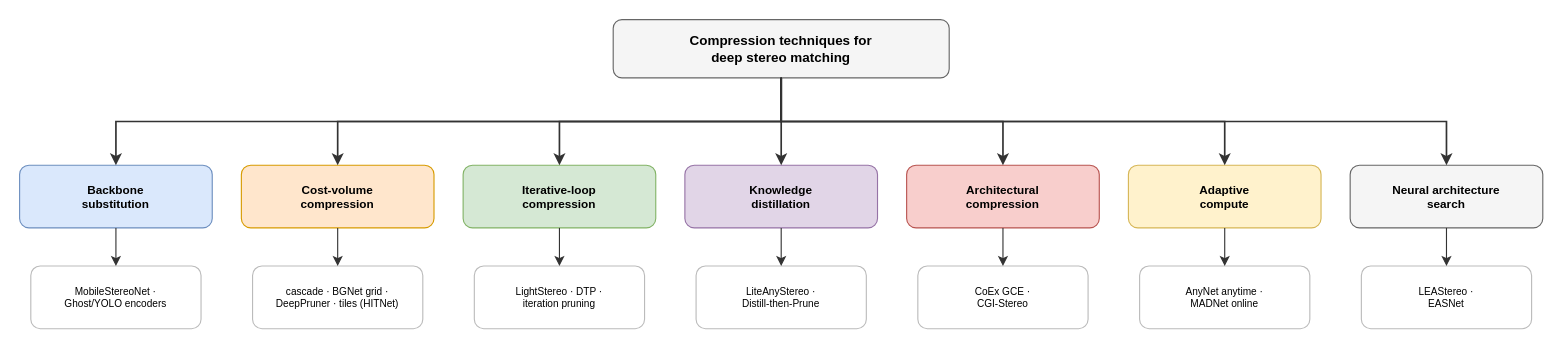
This is thesis/book/figures/fig_2_5_taxonomy.drawio from abrar-nazib/StereoLite, a draw.io file, before an edit. Source tidied: cells renumbered, new cells numbered last; positions are measured from the earlier drawing's top-left corner, leaving out a move shared by most shapes. Both pictures are drawn from the tidied source at 112%, with x=0, y=0 at pixel (19, 19).
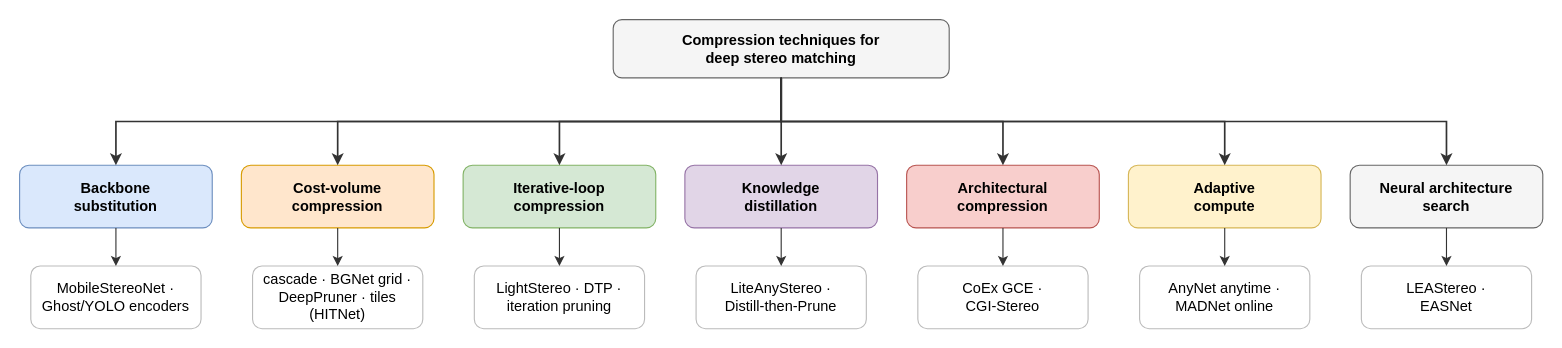
The same diagram, later.

Change to the diagram source:
```diff
@@
-    <mxCell id="2" value="&lt;b&gt;Compression techniques for&lt;/b&gt;&lt;br&gt;&lt;b&gt;deep stereo matching&lt;/b&gt;" style="rounded=1;whiteSpace=wrap;html=1;fillColor=#f5f5f5;strokeColor=#666666;fontSize=12;align=center;" parent="1" vertex="1">
+    <mxCell id="2" value="&lt;b&gt;Compression techniques for&lt;/b&gt;&lt;br&gt;&lt;b&gt;deep stereo matching&lt;/b&gt;" style="rounded=1;whiteSpace=wrap;html=1;fillColor=#f5f5f5;strokeColor=#666666;fontSize=13;align=center;verticalAlign=middle;" parent="1" vertex="1">
       <mxGeometry x="530" width="300" height="52" as="geometry" />
     </mxCell>
-    <mxCell id="3" value="&lt;b&gt;Backbone&lt;br&gt;substitution&lt;/b&gt;" style="rounded=1;whiteSpace=wrap;html=1;fillColor=#dae8fc;strokeColor=#6c8ebf;fontSize=10.5;align=center;" parent="1" vertex="1">
+    <mxCell id="3" value="&lt;b&gt;Backbone&lt;br&gt;substitution&lt;/b&gt;" style="rounded=1;whiteSpace=wrap;html=1;fillColor=#dae8fc;strokeColor=#6c8ebf;fontSize=13;align=center;verticalAlign=middle;" parent="1" vertex="1">
       <mxGeometry y="130" width="172" height="56" as="geometry" />
     </mxCell>
-    <mxCell id="4" value="&lt;font style='font-size:9px'&gt;MobileStereoNet ·&lt;br&gt;Ghost/YOLO encoders&lt;/font&gt;" style="rounded=1;whiteSpace=wrap;html=1;fillColor=#ffffff;strokeColor=#bbbbbb;fontSize=9;align=center;" parent="1" vertex="1">
+    <mxCell id="4" value="&lt;font&gt;MobileStereoNet ·&lt;br&gt;Ghost/YOLO encoders&lt;/font&gt;" style="rounded=1;whiteSpace=wrap;html=1;fillColor=#ffffff;strokeColor=#bbbbbb;fontSize=13;align=center;verticalAlign=middle;" parent="1" vertex="1">
       <mxGeometry x="10" y="220" width="152" height="56" as="geometry" />
     </mxCell>
-    <mxCell id="5" style="edgeStyle=orthogonalEdgeStyle;rounded=0;html=1;jettySize=auto;strokeColor=#333333;strokeWidth=1.5;fontSize=10;exitX=0.5;exitY=1;exitDx=0;exitDy=0;entryX=0.5;entryY=0;entryDx=0;entryDy=0;" parent="1" edge="1" source="2" target="3">
+    <mxCell id="5" style="edgeStyle=orthogonalEdgeStyle;rounded=0;html=1;jettySize=auto;strokeColor=#333333;strokeWidth=1.5;fontSize=13;exitX=0.5;exitY=1;exitDx=0;exitDy=0;entryX=0.5;entryY=0;entryDx=0;entryDy=0;align=center;verticalAlign=middle;" parent="1" edge="1" source="2" target="3">
       <mxGeometry relative="1" as="geometry" />
     </mxCell>
-    <mxCell id="6" style="edgeStyle=orthogonalEdgeStyle;rounded=0;html=1;jettySize=auto;strokeColor=#333333;strokeWidth=1.0;fontSize=10;exitX=0.5;exitY=1;exitDx=0;exitDy=0;entryX=0.5;entryY=0;entryDx=0;entryDy=0;" parent="1" edge="1" source="3" target="4">
+    <mxCell id="6" style="edgeStyle=orthogonalEdgeStyle;rounded=0;html=1;jettySize=auto;strokeColor=#333333;strokeWidth=1.0;fontSize=13;exitX=0.5;exitY=1;exitDx=0;exitDy=0;entryX=0.5;entryY=0;entryDx=0;entryDy=0;align=center;verticalAlign=middle;" parent="1" edge="1" source="3" target="4">
       <mxGeometry relative="1" as="geometry" />
     </mxCell>
-    <mxCell id="7" value="&lt;b&gt;Cost-volume&lt;br&gt;compression&lt;/b&gt;" style="rounded=1;whiteSpace=wrap;html=1;fillColor=#ffe6cc;strokeColor=#d79b00;fontSize=10.5;align=center;" parent="1" vertex="1">
+    <mxCell id="7" value="&lt;b&gt;Cost-volume&lt;br&gt;compression&lt;/b&gt;" style="rounded=1;whiteSpace=wrap;html=1;fillColor=#ffe6cc;strokeColor=#d79b00;fontSize=13;align=center;verticalAlign=middle;" parent="1" vertex="1">
       <mxGeometry x="198" y="130" width="172" height="56" as="geometry" />
     </mxCell>
-    <mxCell id="8" value="&lt;font style='font-size:9px'&gt;cascade · BGNet grid ·&lt;br&gt;DeepPruner · tiles (HITNet)&lt;/font&gt;" style="rounded=1;whiteSpace=wrap;html=1;fillColor=#ffffff;strokeColor=#bbbbbb;fontSize=9;align=center;" parent="1" vertex="1">
+    <mxCell id="8" value="&lt;font&gt;cascade · BGNet grid ·&lt;br&gt;DeepPruner · tiles (HITNet)&lt;/font&gt;" style="rounded=1;whiteSpace=wrap;html=1;fillColor=#ffffff;strokeColor=#bbbbbb;fontSize=13;align=center;verticalAlign=middle;" parent="1" vertex="1">
       <mxGeometry x="208" y="220" width="152" height="56" as="geometry" />
     </mxCell>
-    <mxCell id="9" style="edgeStyle=orthogonalEdgeStyle;rounded=0;html=1;jettySize=auto;strokeColor=#333333;strokeWidth=1.5;fontSize=10;exitX=0.5;exitY=1;exitDx=0;exitDy=0;entryX=0.5;entryY=0;entryDx=0;entryDy=0;" parent="1" edge="1" source="2" target="7">
+    <mxCell id="9" style="edgeStyle=orthogonalEdgeStyle;rounded=0;html=1;jettySize=auto;strokeColor=#333333;strokeWidth=1.5;fontSize=13;exitX=0.5;exitY=1;exitDx=0;exitDy=0;entryX=0.5;entryY=0;entryDx=0;entryDy=0;align=center;verticalAlign=middle;" parent="1" edge="1" source="2" target="7">
       <mxGeometry relative="1" as="geometry" />
     </mxCell>
-    <mxCell id="10" style="edgeStyle=orthogonalEdgeStyle;rounded=0;html=1;jettySize=auto;strokeColor=#333333;strokeWidth=1.0;fontSize=10;exitX=0.5;exitY=1;exitDx=0;exitDy=0;entryX=0.5;entryY=0;entryDx=0;entryDy=0;" parent="1" edge="1" source="7" target="8">
+    <mxCell id="10" style="edgeStyle=orthogonalEdgeStyle;rounded=0;html=1;jettySize=auto;strokeColor=#333333;strokeWidth=1.0;fontSize=13;exitX=0.5;exitY=1;exitDx=0;exitDy=0;entryX=0.5;entryY=0;entryDx=0;entryDy=0;align=center;verticalAlign=middle;" parent="1" edge="1" source="7" target="8">
       <mxGeometry relative="1" as="geometry" />
     </mxCell>
-    <mxCell id="11" value="&lt;b&gt;Iterative-loop&lt;br&gt;compression&lt;/b&gt;" style="rounded=1;whiteSpace=wrap;html=1;fillColor=#d5e8d4;strokeColor=#82b366;fontSize=10.5;align=center;" parent="1" vertex="1">
+    <mxCell id="11" value="&lt;b&gt;Iterative-loop&lt;br&gt;compression&lt;/b&gt;" style="rounded=1;whiteSpace=wrap;html=1;fillColor=#d5e8d4;strokeColor=#82b366;fontSize=13;align=center;verticalAlign=middle;" parent="1" vertex="1">
       <mxGeometry x="396" y="130" width="172" height="56" as="geometry" />
     </mxCell>
-    <mxCell id="12" value="&lt;font style='font-size:9px'&gt;LightStereo · DTP ·&lt;br&gt;iteration pruning&lt;/font&gt;" style="rounded=1;whiteSpace=wrap;html=1;fillColor=#ffffff;strokeColor=#bbbbbb;fontSize=9;align=center;" parent="1" vertex="1">
+    <mxCell id="12" value="&lt;font&gt;LightStereo · DTP ·&lt;br&gt;iteration pruning&lt;/font&gt;" style="rounded=1;whiteSpace=wrap;html=1;fillColor=#ffffff;strokeColor=#bbbbbb;fontSize=13;align=center;verticalAlign=middle;" parent="1" vertex="1">
       <mxGeometry x="406" y="220" width="152" height="56" as="geometry" />
     </mxCell>
-    <mxCell id="13" style="edgeStyle=orthogonalEdgeStyle;rounded=0;html=1;jettySize=auto;strokeColor=#333333;strokeWidth=1.5;fontSize=10;exitX=0.5;exitY=1;exitDx=0;exitDy=0;entryX=0.5;entryY=0;entryDx=0;entryDy=0;" parent="1" edge="1" source="2" target="11">
+    <mxCell id="13" style="edgeStyle=orthogonalEdgeStyle;rounded=0;html=1;jettySize=auto;strokeColor=#333333;strokeWidth=1.5;fontSize=13;exitX=0.5;exitY=1;exitDx=0;exitDy=0;entryX=0.5;entryY=0;entryDx=0;entryDy=0;align=center;verticalAlign=middle;" parent="1" edge="1" source="2" target="11">
       <mxGeometry relative="1" as="geometry" />
     </mxCell>
-    <mxCell id="14" style="edgeStyle=orthogonalEdgeStyle;rounded=0;html=1;jettySize=auto;strokeColor=#333333;strokeWidth=1.0;fontSize=10;exitX=0.5;exitY=1;exitDx=0;exitDy=0;entryX=0.5;entryY=0;entryDx=0;entryDy=0;" parent="1" edge="1" source="11" target="12">
+    <mxCell id="14" style="edgeStyle=orthogonalEdgeStyle;rounded=0;html=1;jettySize=auto;strokeColor=#333333;strokeWidth=1.0;fontSize=13;exitX=0.5;exitY=1;exitDx=0;exitDy=0;entryX=0.5;entryY=0;entryDx=0;entryDy=0;align=center;verticalAlign=middle;" parent="1" edge="1" source="11" target="12">
       <mxGeometry relative="1" as="geometry" />
     </mxCell>
-    <mxCell id="15" value="&lt;b&gt;Knowledge&lt;br&gt;distillation&lt;/b&gt;" style="rounded=1;whiteSpace=wrap;html=1;fillColor=#e1d5e7;strokeColor=#9673a6;fontSize=10.5;align=center;" parent="1" vertex="1">
+    <mxCell id="15" value="&lt;b&gt;Knowledge&lt;br&gt;distillation&lt;/b&gt;" style="rounded=1;whiteSpace=wrap;html=1;fillColor=#e1d5e7;strokeColor=#9673a6;fontSize=13;align=center;verticalAlign=middle;" parent="1" vertex="1">
       <mxGeometry x="594" y="130" width="172" height="56" as="geometry" />
     </mxCell>
-    <mxCell id="16" value="&lt;font style='font-size:9px'&gt;LiteAnyStereo ·&lt;br&gt;Distill-then-Prune&lt;/font&gt;" style="rounded=1;whiteSpace=wrap;html=1;fillColor=#ffffff;strokeColor=#bbbbbb;fontSize=9;align=center;" parent="1" vertex="1">
+    <mxCell id="16" value="&lt;font&gt;LiteAnyStereo ·&lt;br&gt;Distill-then-Prune&lt;/font&gt;" style="rounded=1;whiteSpace=wrap;html=1;fillColor=#ffffff;strokeColor=#bbbbbb;fontSize=13;align=center;verticalAlign=middle;" parent="1" vertex="1">
       <mxGeometry x="604" y="220" width="152" height="56" as="geometry" />
     </mxCell>
-    <mxCell id="17" style="edgeStyle=orthogonalEdgeStyle;rounded=0;html=1;jettySize=auto;strokeColor=#333333;strokeWidth=1.5;fontSize=10;exitX=0.5;exitY=1;exitDx=0;exitDy=0;entryX=0.5;entryY=0;entryDx=0;entryDy=0;" parent="1" edge="1" source="2" target="15">
+    <mxCell id="17" style="edgeStyle=orthogonalEdgeStyle;rounded=0;html=1;jettySize=auto;strokeColor=#333333;strokeWidth=1.5;fontSize=13;exitX=0.5;exitY=1;exitDx=0;exitDy=0;entryX=0.5;entryY=0;entryDx=0;entryDy=0;align=center;verticalAlign=middle;" parent="1" edge="1" source="2" target="15">
       <mxGeometry relative="1" as="geometry" />
     </mxCell>
-    <mxCell id="18" style="edgeStyle=orthogonalEdgeStyle;rounded=0;html=1;jettySize=auto;strokeColor=#333333;strokeWidth=1.0;fontSize=10;exitX=0.5;exitY=1;exitDx=0;exitDy=0;entryX=0.5;entryY=0;entryDx=0;entryDy=0;" parent="1" edge="1" source="15" target="16">
+    <mxCell id="18" style="edgeStyle=orthogonalEdgeStyle;rounded=0;html=1;jettySize=auto;strokeColor=#333333;strokeWidth=1.0;fontSize=13;exitX=0.5;exitY=1;exitDx=0;exitDy=0;entryX=0.5;entryY=0;entryDx=0;entryDy=0;align=center;verticalAlign=middle;" parent="1" edge="1" source="15" target="16">
       <mxGeometry relative="1" as="geometry" />
     </mxCell>
-    <mxCell id="19" value="&lt;b&gt;Architectural&lt;br&gt;compression&lt;/b&gt;" style="rounded=1;whiteSpace=wrap;html=1;fillColor=#f8cecc;strokeColor=#b85450;fontSize=10.5;align=center;" parent="1" vertex="1">
+    <mxCell id="19" value="&lt;b&gt;Architectural&lt;br&gt;compression&lt;/b&gt;" style="rounded=1;whiteSpace=wrap;html=1;fillColor=#f8cecc;strokeColor=#b85450;fontSize=13;align=center;verticalAlign=middle;" parent="1" vertex="1">
       <mxGeometry x="792" y="130" width="172" height="56" as="geometry" />
     </mxCell>
-    <mxCell id="20" value="&lt;font style='font-size:9px'&gt;CoEx GCE ·&lt;br&gt;CGI-Stereo&lt;/font&gt;" style="rounded=1;whiteSpace=wrap;html=1;fillColor=#ffffff;strokeColor=#bbbbbb;fontSize=9;align=center;" parent="1" vertex="1">
+    <mxCell id="20" value="&lt;font&gt;CoEx GCE ·&lt;br&gt;CGI-Stereo&lt;/font&gt;" style="rounded=1;whiteSpace=wrap;html=1;fillColor=#ffffff;strokeColor=#bbbbbb;fontSize=13;align=center;verticalAlign=middle;" parent="1" vertex="1">
       <mxGeometry x="802" y="220" width="152" height="56" as="geometry" />
     </mxCell>
-    <mxCell id="21" style="edgeStyle=orthogonalEdgeStyle;rounded=0;html=1;jettySize=auto;strokeColor=#333333;strokeWidth=1.5;fontSize=10;exitX=0.5;exitY=1;exitDx=0;exitDy=0;entryX=0.5;entryY=0;entryDx=0;entryDy=0;" parent="1" edge="1" source="2" target="19">
+    <mxCell id="21" style="edgeStyle=orthogonalEdgeStyle;rounded=0;html=1;jettySize=auto;strokeColor=#333333;strokeWidth=1.5;fontSize=13;exitX=0.5;exitY=1;exitDx=0;exitDy=0;entryX=0.5;entryY=0;entryDx=0;entryDy=0;align=center;verticalAlign=middle;" parent="1" edge="1" source="2" target="19">
       <mxGeometry relative="1" as="geometry" />
     </mxCell>
-    <mxCell id="22" style="edgeStyle=orthogonalEdgeStyle;rounded=0;html=1;jettySize=auto;strokeColor=#333333;strokeWidth=1.0;fontSize=10;exitX=0.5;exitY=1;exitDx=0;exitDy=0;entryX=0.5;entryY=0;entryDx=0;entryDy=0;" parent="1" edge="1" source="19" target="20">
+    <mxCell id="22" style="edgeStyle=orthogonalEdgeStyle;rounded=0;html=1;jettySize=auto;strokeColor=#333333;strokeWidth=1.0;fontSize=13;exitX=0.5;exitY=1;exitDx=0;exitDy=0;entryX=0.5;entryY=0;entryDx=0;entryDy=0;align=center;verticalAlign=middle;" parent="1" edge="1" source="19" target="20">
       <mxGeometry relative="1" as="geometry" />
     </mxCell>
-    <mxCell id="23" value="&lt;b&gt;Adaptive&lt;br&gt;compute&lt;/b&gt;" style="rounded=1;whiteSpace=wrap;html=1;fillColor=#fff2cc;strokeColor=#d6b656;fontSize=10.5;align=center;" parent="1" vertex="1">
+    <mxCell id="23" value="&lt;b&gt;Adaptive&lt;br&gt;compute&lt;/b&gt;" style="rounded=1;whiteSpace=wrap;html=1;fillColor=#fff2cc;strokeColor=#d6b656;fontSize=13;align=center;verticalAlign=middle;" parent="1" vertex="1">
       <mxGeometry x="990" y="130" width="172" height="56" as="geometry" />
     </mxCell>
-    <mxCell id="24" value="&lt;font style='font-size:9px'&gt;AnyNet anytime ·&lt;br&gt;MADNet online&lt;/font&gt;" style="rounded=1;whiteSpace=wrap;html=1;fillColor=#ffffff;strokeColor=#bbbbbb;fontSize=9;align=center;" parent="1" vertex="1">
+    <mxCell id="24" value="&lt;font&gt;AnyNet anytime ·&lt;br&gt;MADNet online&lt;/font&gt;" style="rounded=1;whiteSpace=wrap;html=1;fillColor=#ffffff;strokeColor=#bbbbbb;fontSize=13;align=center;verticalAlign=middle;" parent="1" vertex="1">
       <mxGeometry x="1000" y="220" width="152" height="56" as="geometry" />
     </mxCell>
-    <mxCell id="25" style="edgeStyle=orthogonalEdgeStyle;rounded=0;html=1;jettySize=auto;strokeColor=#333333;strokeWidth=1.5;fontSize=10;exitX=0.5;exitY=1;exitDx=0;exitDy=0;entryX=0.5;entryY=0;entryDx=0;entryDy=0;" parent="1" edge="1" source="2" target="23">
+    <mxCell id="25" style="edgeStyle=orthogonalEdgeStyle;rounded=0;html=1;jettySize=auto;strokeColor=#333333;strokeWidth=1.5;fontSize=13;exitX=0.5;exitY=1;exitDx=0;exitDy=0;entryX=0.5;entryY=0;entryDx=0;entryDy=0;align=center;verticalAlign=middle;" parent="1" edge="1" source="2" target="23">
       <mxGeometry relative="1" as="geometry" />
     </mxCell>
-    <mxCell id="26" style="edgeStyle=orthogonalEdgeStyle;rounded=0;html=1;jettySize=auto;strokeColor=#333333;strokeWidth=1.0;fontSize=10;exitX=0.5;exitY=1;exitDx=0;exitDy=0;entryX=0.5;entryY=0;entryDx=0;entryDy=0;" parent="1" edge="1" source="23" target="24">
+    <mxCell id="26" style="edgeStyle=orthogonalEdgeStyle;rounded=0;html=1;jettySize=auto;strokeColor=#333333;strokeWidth=1.0;fontSize=13;exitX=0.5;exitY=1;exitDx=0;exitDy=0;entryX=0.5;entryY=0;entryDx=0;entryDy=0;align=center;verticalAlign=middle;" parent="1" edge="1" source="23" target="24">
       <mxGeometry relative="1" as="geometry" />
     </mxCell>
-    <mxCell id="27" value="&lt;b&gt;Neural architecture&lt;br&gt;search&lt;/b&gt;" style="rounded=1;whiteSpace=wrap;html=1;fillColor=#f5f5f5;strokeColor=#666666;fontSize=10.5;align=center;" parent="1" vertex="1">
+    <mxCell id="27" value="&lt;b&gt;Neural architecture&lt;br&gt;search&lt;/b&gt;" style="rounded=1;whiteSpace=wrap;html=1;fillColor=#f5f5f5;strokeColor=#666666;fontSize=13;align=center;verticalAlign=middle;" parent="1" vertex="1">
       <mxGeometry x="1188" y="130" width="172" height="56" as="geometry" />
     </mxCell>
-    <mxCell id="28" value="&lt;font style='font-size:9px'&gt;LEAStereo ·&lt;br&gt;EASNet&lt;/font&gt;" style="rounded=1;whiteSpace=wrap;html=1;fillColor=#ffffff;strokeColor=#bbbbbb;fontSize=9;align=center;" parent="1" vertex="1">
+    <mxCell id="28" value="&lt;font&gt;LEAStereo ·&lt;br&gt;EASNet&lt;/font&gt;" style="rounded=1;whiteSpace=wrap;html=1;fillColor=#ffffff;strokeColor=#bbbbbb;fontSize=13;align=center;verticalAlign=middle;" parent="1" vertex="1">
       <mxGeometry x="1198" y="220" width="152" height="56" as="geometry" />
     </mxCell>
-    <mxCell id="29" style="edgeStyle=orthogonalEdgeStyle;rounded=0;html=1;jettySize=auto;strokeColor=#333333;strokeWidth=1.5;fontSize=10;exitX=0.5;exitY=1;exitDx=0;exitDy=0;entryX=0.5;entryY=0;entryDx=0;entryDy=0;" parent="1" edge="1" source="2" target="27">
+    <mxCell id="29" style="edgeStyle=orthogonalEdgeStyle;rounded=0;html=1;jettySize=auto;strokeColor=#333333;strokeWidth=1.5;fontSize=13;exitX=0.5;exitY=1;exitDx=0;exitDy=0;entryX=0.5;entryY=0;entryDx=0;entryDy=0;align=center;verticalAlign=middle;" parent="1" edge="1" source="2" target="27">
       <mxGeometry relative="1" as="geometry" />
     </mxCell>
-    <mxCell id="30" style="edgeStyle=orthogonalEdgeStyle;rounded=0;html=1;jettySize=auto;strokeColor=#333333;strokeWidth=1.0;fontSize=10;exitX=0.5;exitY=1;exitDx=0;exitDy=0;entryX=0.5;entryY=0;entryDx=0;entryDy=0;" parent="1" edge="1" source="27" target="28">
+    <mxCell id="30" style="edgeStyle=orthogonalEdgeStyle;rounded=0;html=1;jettySize=auto;strokeColor=#333333;strokeWidth=1.0;fontSize=13;exitX=0.5;exitY=1;exitDx=0;exitDy=0;entryX=0.5;entryY=0;entryDx=0;entryDy=0;align=center;verticalAlign=middle;" parent="1" edge="1" source="27" target="28">
       <mxGeometry relative="1" as="geometry" />
     </mxCell>
```
